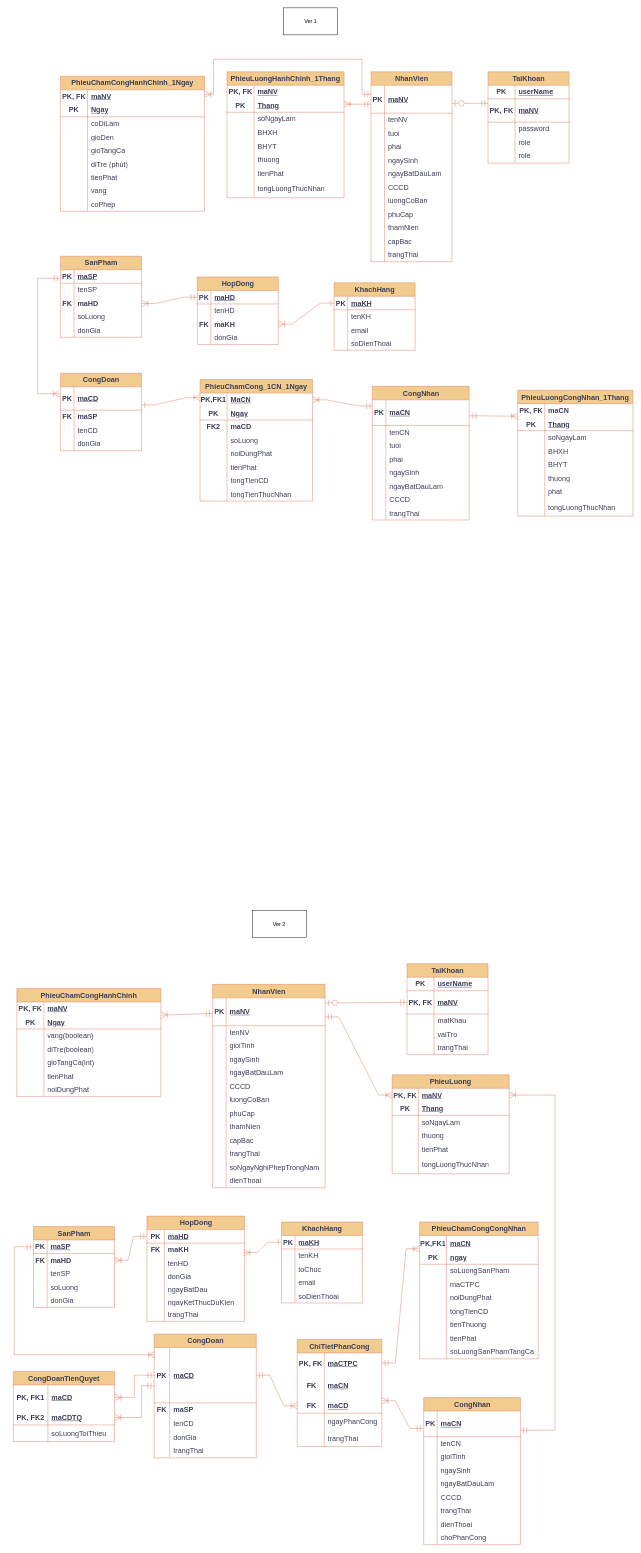
Above: page "này enity" (1 of 2) of EntityRelationshipDiagram.drawio in TomTom2k/-management-of-a-ceramic-processing-company (draw.io), before the change. Source tidied: cells renumbered, new cells numbered last; positions are measured from the earlier drawing's top-left corner, leaving out a move shared by most shapes. Both pictures are drawn from the tidied source at 45%, with x=0, y=0 at pixel (13, 8).
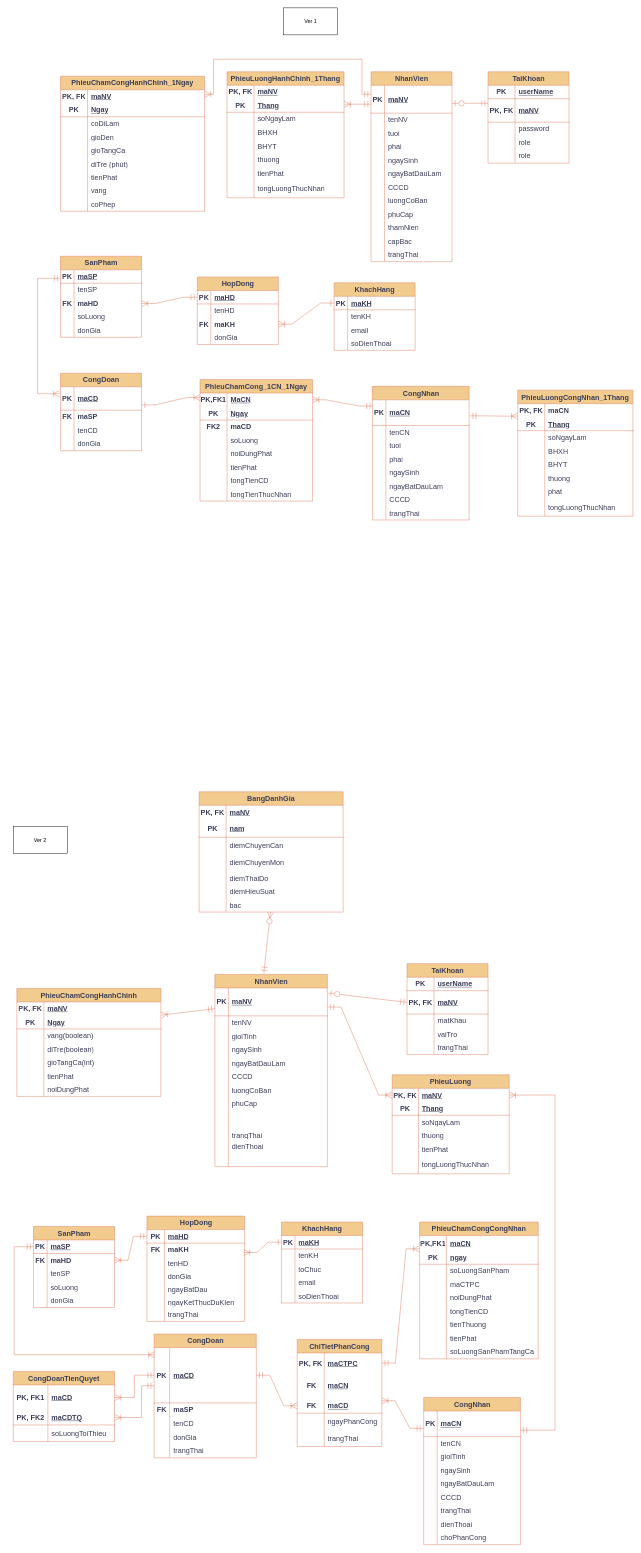
The same page after the edit.

Diff of the diagram source:
```diff
@@
     <mxCell id="358" value="NhanVien" style="shape=table;startSize=30;childLayout=tableLayout;rowLines=0;fontStyle=1;align=center;html=1;labelBackgroundColor=none;fillColor=#F2CC8F;strokeColor=#E07A5F;fontColor=#393C56;fontSize=16;" parent="1" vertex="1">
-      <mxGeometry x="443" y="2170" width="250" height="452" as="geometry" />
+      <mxGeometry x="448" y="2148" width="250" height="427" as="geometry" />
     </mxCell>
@@
     <mxCell id="383" style="shape=tableRow;horizontal=0;startSize=0;swimlaneHead=0;swimlaneBody=0;fillColor=none;top=0;left=0;right=0;bottom=0;labelBackgroundColor=none;strokeColor=#E07A5F;fontColor=#393C56;fontSize=16;" parent="358" vertex="1">
-      <mxGeometry y="302" width="250" height="30" as="geometry" />
+      <mxGeometry y="302" width="250" height="45" as="geometry" />
     </mxCell>
     <mxCell id="384" style="shape=partialRectangle;fillColor=none;top=0;left=0;bottom=0;right=0;overflow=hidden;whiteSpace=wrap;html=1;labelBackgroundColor=none;strokeColor=#E07A5F;fontColor=#393C56;fontSize=16;" parent="383" vertex="1">
-      <mxGeometry width="30" height="30" as="geometry" />
+      <mxGeometry width="30" height="45" as="geometry" />
     </mxCell>
-    <mxCell id="385" value="thamNien" style="shape=partialRectangle;fillColor=none;top=0;left=0;bottom=0;right=0;align=left;spacingLeft=6;overflow=hidden;whiteSpace=wrap;html=1;labelBackgroundColor=none;strokeColor=#E07A5F;fontColor=#393C56;fontSize=16;" parent="383" vertex="1">
-      <mxGeometry x="30" width="220" height="30" as="geometry" />
+    <mxCell id="385" style="shape=partialRectangle;fillColor=none;top=0;left=0;bottom=0;right=0;align=left;spacingLeft=6;overflow=hidden;whiteSpace=wrap;html=1;labelBackgroundColor=none;strokeColor=#E07A5F;fontColor=#393C56;fontSize=16;" parent="383" vertex="1">
+      <mxGeometry x="30" width="220" height="45" as="geometry" />
     </mxCell>
-    <mxCell id="386" style="shape=tableRow;horizontal=0;startSize=0;swimlaneHead=0;swimlaneBody=0;fillColor=none;top=0;left=0;right=0;bottom=0;labelBackgroundColor=none;strokeColor=#E07A5F;fontColor=#393C56;fontSize=16;" parent="358" vertex="1">
-      <mxGeometry y="332" width="250" height="30" as="geometry" />
-    </mxCell>
-    <mxCell id="387" style="shape=partialRectangle;fillColor=none;top=0;left=0;bottom=0;right=0;overflow=hidden;whiteSpace=wrap;html=1;labelBackgroundColor=none;strokeColor=#E07A5F;fontColor=#393C56;fontSize=16;" parent="386" vertex="1">
-      <mxGeometry width="30" height="30" as="geometry" />
-    </mxCell>
-    <mxCell id="388" value="capBac" style="shape=partialRectangle;fillColor=none;top=0;left=0;bottom=0;right=0;align=left;spacingLeft=6;overflow=hidden;whiteSpace=wrap;html=1;labelBackgroundColor=none;strokeColor=#E07A5F;fontColor=#393C56;fontSize=16;" parent="386" vertex="1">
-      <mxGeometry x="30" width="220" height="30" as="geometry" />
-    </mxCell>
     <mxCell id="389" style="shape=tableRow;horizontal=0;startSize=0;swimlaneHead=0;swimlaneBody=0;fillColor=none;top=0;left=0;right=0;bottom=0;labelBackgroundColor=none;strokeColor=#E07A5F;fontColor=#393C56;fontSize=16;" parent="358" vertex="1">
-      <mxGeometry y="362" width="250" height="30" as="geometry" />
+      <mxGeometry y="347" width="250" height="20" as="geometry" />
     </mxCell>
     <mxCell id="390" style="shape=partialRectangle;fillColor=none;top=0;left=0;bottom=0;right=0;overflow=hidden;whiteSpace=wrap;html=1;labelBackgroundColor=none;strokeColor=#E07A5F;fontColor=#393C56;fontSize=16;" parent="389" vertex="1">
-      <mxGeometry width="30" height="30" as="geometry" />
+      <mxGeometry width="30" height="20" as="geometry" />
     </mxCell>
     <mxCell id="391" value="trangThai" style="shape=partialRectangle;fillColor=none;top=0;left=0;bottom=0;right=0;align=left;spacingLeft=6;overflow=hidden;whiteSpace=wrap;html=1;labelBackgroundColor=none;strokeColor=#E07A5F;fontColor=#393C56;fontSize=16;" parent="389" vertex="1">
-      <mxGeometry x="30" width="220" height="30" as="geometry" />
+      <mxGeometry x="30" width="220" height="20" as="geometry" />
     </mxCell>
+    <mxCell id="395" style="shape=tableRow;horizontal=0;startSize=0;swimlaneHead=0;swimlaneBody=0;fillColor=none;top=0;left=0;right=0;bottom=0;labelBackgroundColor=none;strokeColor=#E07A5F;fontColor=#393C56;fontSize=16;" parent="358" vertex="1">
+      <mxGeometry y="367" width="250" height="30" as="geometry" />
+    </mxCell>
+    <mxCell id="396" style="shape=partialRectangle;fillColor=none;top=0;left=0;bottom=0;right=0;overflow=hidden;whiteSpace=wrap;html=1;labelBackgroundColor=none;strokeColor=#E07A5F;fontColor=#393C56;fontSize=16;" parent="395" vertex="1">
+      <mxGeometry width="30" height="30" as="geometry" />
+    </mxCell>
+    <mxCell id="397" value="dienThoai" style="shape=partialRectangle;fillColor=none;top=0;left=0;bottom=0;right=0;align=left;spacingLeft=6;overflow=hidden;whiteSpace=wrap;html=1;labelBackgroundColor=none;strokeColor=#E07A5F;fontColor=#393C56;fontSize=16;" parent="395" vertex="1">
+      <mxGeometry x="30" width="220" height="30" as="geometry" />
+    </mxCell>
     <mxCell id="392" style="shape=tableRow;horizontal=0;startSize=0;swimlaneHead=0;swimlaneBody=0;fillColor=none;top=0;left=0;right=0;bottom=0;labelBackgroundColor=none;strokeColor=#E07A5F;fontColor=#393C56;fontSize=16;" parent="358" vertex="1">
-      <mxGeometry y="392" width="250" height="30" as="geometry" />
+      <mxGeometry y="397" width="250" height="30" as="geometry" />
     </mxCell>
@@
-    <mxCell id="394" value="soNgayNghiPhepTrongNam" style="shape=partialRectangle;fillColor=none;top=0;left=0;bottom=0;right=0;align=left;spacingLeft=6;overflow=hidden;whiteSpace=wrap;html=1;labelBackgroundColor=none;strokeColor=#E07A5F;fontColor=#393C56;fontSize=16;" parent="392" vertex="1">
+    <mxCell id="394" style="shape=partialRectangle;fillColor=none;top=0;left=0;bottom=0;right=0;align=left;spacingLeft=6;overflow=hidden;whiteSpace=wrap;html=1;labelBackgroundColor=none;strokeColor=#E07A5F;fontColor=#393C56;fontSize=16;" parent="392" vertex="1">
       <mxGeometry x="30" width="220" height="30" as="geometry" />
     </mxCell>
-    <mxCell id="395" style="shape=tableRow;horizontal=0;startSize=0;swimlaneHead=0;swimlaneBody=0;fillColor=none;top=0;left=0;right=0;bottom=0;labelBackgroundColor=none;strokeColor=#E07A5F;fontColor=#393C56;fontSize=16;" parent="358" vertex="1">
-      <mxGeometry y="422" width="250" height="30" as="geometry" />
-    </mxCell>
-    <mxCell id="396" style="shape=partialRectangle;fillColor=none;top=0;left=0;bottom=0;right=0;overflow=hidden;whiteSpace=wrap;html=1;labelBackgroundColor=none;strokeColor=#E07A5F;fontColor=#393C56;fontSize=16;" parent="395" vertex="1">
-      <mxGeometry width="30" height="30" as="geometry" />
-    </mxCell>
-    <mxCell id="397" value="dienThoai" style="shape=partialRectangle;fillColor=none;top=0;left=0;bottom=0;right=0;align=left;spacingLeft=6;overflow=hidden;whiteSpace=wrap;html=1;labelBackgroundColor=none;strokeColor=#E07A5F;fontColor=#393C56;fontSize=16;" parent="395" vertex="1">
-      <mxGeometry x="30" width="220" height="30" as="geometry" />
-    </mxCell>
@@
     <mxCell id="493" value="Ver 2" style="whiteSpace=wrap;html=1;" parent="1" vertex="1">
-      <mxGeometry x="531" y="2006" width="120" height="60" as="geometry" />
+      <mxGeometry y="1819" width="120" height="60" as="geometry" />
     </mxCell>
@@
+    <mxCell id="510" value="BangDanhGia" style="shape=table;startSize=30;childLayout=tableLayout;rowLines=0;fontStyle=1;align=center;html=1;whiteSpace=wrap;labelBackgroundColor=none;fillColor=#F2CC8F;strokeColor=#E07A5F;fontColor=#393C56;fontSize=16;" parent="1" vertex="1">
+      <mxGeometry x="413" y="1742" width="320" height="267.3" as="geometry" />
+    </mxCell>
+    <mxCell id="511" style="shape=tableRow;horizontal=0;startSize=0;swimlaneHead=0;swimlaneBody=0;fillColor=none;top=0;left=0;right=0;bottom=0;html=1;labelBackgroundColor=none;strokeColor=#E07A5F;fontColor=#393C56;fontSize=16;" parent="510" vertex="1">
+      <mxGeometry y="30" width="320" height="30" as="geometry" />
+    </mxCell>
+    <mxCell id="512" value="PK, FK" style="shape=partialRectangle;fillColor=none;top=0;left=0;bottom=0;right=0;fontStyle=1;overflow=hidden;html=1;whiteSpace=wrap;labelBackgroundColor=none;strokeColor=#E07A5F;fontColor=#393C56;fontSize=16;" parent="511" vertex="1">
+      <mxGeometry width="60" height="30" as="geometry" />
+    </mxCell>
+    <mxCell id="513" value="maNV" style="shape=partialRectangle;fillColor=none;top=0;left=0;bottom=0;right=0;align=left;spacingLeft=6;fontStyle=5;overflow=hidden;html=1;whiteSpace=wrap;labelBackgroundColor=none;strokeColor=#E07A5F;fontColor=#393C56;fontSize=16;" parent="511" vertex="1">
+      <mxGeometry x="60" width="260" height="30" as="geometry" />
+    </mxCell>
+    <mxCell id="514" style="shape=tableRow;horizontal=0;startSize=0;swimlaneHead=0;swimlaneBody=0;fillColor=none;top=0;left=0;right=0;bottom=1;html=1;labelBackgroundColor=none;strokeColor=#E07A5F;fontColor=#393C56;fontSize=16;" parent="510" vertex="1">
+      <mxGeometry y="60" width="320" height="41" as="geometry" />
+    </mxCell>
+    <mxCell id="515" value="PK" style="shape=partialRectangle;fillColor=none;top=0;left=0;bottom=0;right=0;fontStyle=1;overflow=hidden;html=1;whiteSpace=wrap;labelBackgroundColor=none;strokeColor=#E07A5F;fontColor=#393C56;fontSize=16;" parent="514" vertex="1">
+      <mxGeometry width="60" height="41" as="geometry" />
+    </mxCell>
+    <mxCell id="516" value="nam" style="shape=partialRectangle;fillColor=none;top=0;left=0;bottom=0;right=0;align=left;spacingLeft=6;fontStyle=5;overflow=hidden;html=1;whiteSpace=wrap;labelBackgroundColor=none;strokeColor=#E07A5F;fontColor=#393C56;fontSize=16;" parent="514" vertex="1">
+      <mxGeometry x="60" width="260" height="41" as="geometry" />
+    </mxCell>
+    <mxCell id="517" style="shape=tableRow;horizontal=0;startSize=0;swimlaneHead=0;swimlaneBody=0;fillColor=none;top=0;left=0;right=0;bottom=0;html=1;labelBackgroundColor=none;strokeColor=#E07A5F;fontColor=#393C56;fontSize=16;" parent="510" vertex="1">
+      <mxGeometry y="101" width="320" height="37" as="geometry" />
+    </mxCell>
+    <mxCell id="518" style="shape=partialRectangle;fillColor=none;top=0;left=0;bottom=0;right=0;overflow=hidden;html=1;whiteSpace=wrap;labelBackgroundColor=none;strokeColor=#E07A5F;fontColor=#393C56;fontSize=16;" parent="517" vertex="1">
+      <mxGeometry width="60" height="37" as="geometry" />
+    </mxCell>
+    <mxCell id="519" value="diemChuyenCan" style="shape=partialRectangle;fillColor=none;top=0;left=0;bottom=0;right=0;align=left;spacingLeft=6;overflow=hidden;html=1;whiteSpace=wrap;labelBackgroundColor=none;strokeColor=#E07A5F;fontColor=#393C56;fontSize=16;" parent="517" vertex="1">
+      <mxGeometry x="60" width="260" height="37" as="geometry" />
+    </mxCell>
+    <mxCell id="520" style="shape=tableRow;horizontal=0;startSize=0;swimlaneHead=0;swimlaneBody=0;fillColor=none;top=0;left=0;right=0;bottom=0;html=1;labelBackgroundColor=none;strokeColor=#E07A5F;fontColor=#393C56;fontSize=16;" parent="510" vertex="1">
+      <mxGeometry y="138" width="320" height="39" as="geometry" />
+    </mxCell>
+    <mxCell id="521" style="shape=partialRectangle;fillColor=none;top=0;left=0;bottom=0;right=0;overflow=hidden;html=1;whiteSpace=wrap;labelBackgroundColor=none;strokeColor=#E07A5F;fontColor=#393C56;fontSize=16;" parent="520" vertex="1">
+      <mxGeometry width="60" height="39" as="geometry" />
+    </mxCell>
+    <mxCell id="522" value="diemChuyenMon" style="shape=partialRectangle;fillColor=none;top=0;left=0;bottom=0;right=0;align=left;spacingLeft=6;overflow=hidden;html=1;whiteSpace=wrap;labelBackgroundColor=none;strokeColor=#E07A5F;fontColor=#393C56;fontSize=16;" parent="520" vertex="1">
+      <mxGeometry x="60" width="260" height="39" as="geometry" />
+    </mxCell>
+    <mxCell id="523" style="shape=tableRow;horizontal=0;startSize=0;swimlaneHead=0;swimlaneBody=0;fillColor=none;top=0;left=0;right=0;bottom=0;html=1;labelBackgroundColor=none;strokeColor=#E07A5F;fontColor=#393C56;fontSize=16;" parent="510" vertex="1">
+      <mxGeometry y="177" width="320" height="30" as="geometry" />
+    </mxCell>
+    <mxCell id="524" style="shape=partialRectangle;fillColor=none;top=0;left=0;bottom=0;right=0;overflow=hidden;html=1;whiteSpace=wrap;labelBackgroundColor=none;strokeColor=#E07A5F;fontColor=#393C56;fontSize=16;" parent="523" vertex="1">
+      <mxGeometry width="60" height="30" as="geometry" />
+    </mxCell>
+    <mxCell id="525" value="diemThaiDo" style="shape=partialRectangle;fillColor=none;top=0;left=0;bottom=0;right=0;align=left;spacingLeft=6;overflow=hidden;html=1;whiteSpace=wrap;labelBackgroundColor=none;strokeColor=#E07A5F;fontColor=#393C56;fontSize=16;" parent="523" vertex="1">
+      <mxGeometry x="60" width="260" height="30" as="geometry" />
+    </mxCell>
+    <mxCell id="526" style="shape=tableRow;horizontal=0;startSize=0;swimlaneHead=0;swimlaneBody=0;fillColor=none;top=0;left=0;right=0;bottom=0;html=1;labelBackgroundColor=none;strokeColor=#E07A5F;fontColor=#393C56;fontSize=16;" parent="510" vertex="1">
+      <mxGeometry y="207" width="320" height="30" as="geometry" />
+    </mxCell>
+    <mxCell id="527" style="shape=partialRectangle;fillColor=none;top=0;left=0;bottom=0;right=0;overflow=hidden;html=1;whiteSpace=wrap;labelBackgroundColor=none;strokeColor=#E07A5F;fontColor=#393C56;fontSize=16;" parent="526" vertex="1">
+      <mxGeometry width="60" height="30" as="geometry" />
+    </mxCell>
+    <mxCell id="528" value="diemHieuSuat" style="shape=partialRectangle;fillColor=none;top=0;left=0;bottom=0;right=0;align=left;spacingLeft=6;overflow=hidden;html=1;whiteSpace=wrap;labelBackgroundColor=none;strokeColor=#E07A5F;fontColor=#393C56;fontSize=16;" parent="526" vertex="1">
+      <mxGeometry x="60" width="260" height="30" as="geometry" />
+    </mxCell>
+    <mxCell id="529" style="shape=tableRow;horizontal=0;startSize=0;swimlaneHead=0;swimlaneBody=0;fillColor=none;points=[[0,0.5],[1,0.5]];portConstraint=eastwest;top=0;left=0;right=0;bottom=0;html=1;labelBackgroundColor=none;strokeColor=#E07A5F;fontColor=#393C56;fontSize=16;" parent="510" vertex="1">
+      <mxGeometry y="237" width="320" height="30" as="geometry" />
+    </mxCell>
+    <mxCell id="530" style="shape=partialRectangle;fillColor=none;top=0;left=0;bottom=0;right=0;overflow=hidden;html=1;whiteSpace=wrap;labelBackgroundColor=none;strokeColor=#E07A5F;fontColor=#393C56;fontSize=16;" parent="529" vertex="1">
+      <mxGeometry width="60" height="30" as="geometry" />
+    </mxCell>
+    <mxCell id="531" value="bac" style="shape=partialRectangle;fillColor=none;top=0;left=0;bottom=0;right=0;align=left;spacingLeft=6;overflow=hidden;html=1;whiteSpace=wrap;labelBackgroundColor=none;strokeColor=#E07A5F;fontColor=#393C56;fontSize=16;" parent="529" vertex="1">
+      <mxGeometry x="60" width="260" height="30" as="geometry" />
+    </mxCell>
+    <mxCell id="532" style="rounded=0;jettySize=auto;html=1;startArrow=ERmandOne;startFill=0;endArrow=ERzeroToMany;endFill=0;labelBackgroundColor=none;strokeColor=#E07A5F;fontColor=default;fontSize=16;endSize=12;startSize=12;exitX=0.435;exitY=-0.005;exitDx=0;exitDy=0;exitPerimeter=0;" parent="1" edge="1" source="358" target="529">
+      <mxGeometry relative="1" as="geometry" />
+    </mxCell>
```
